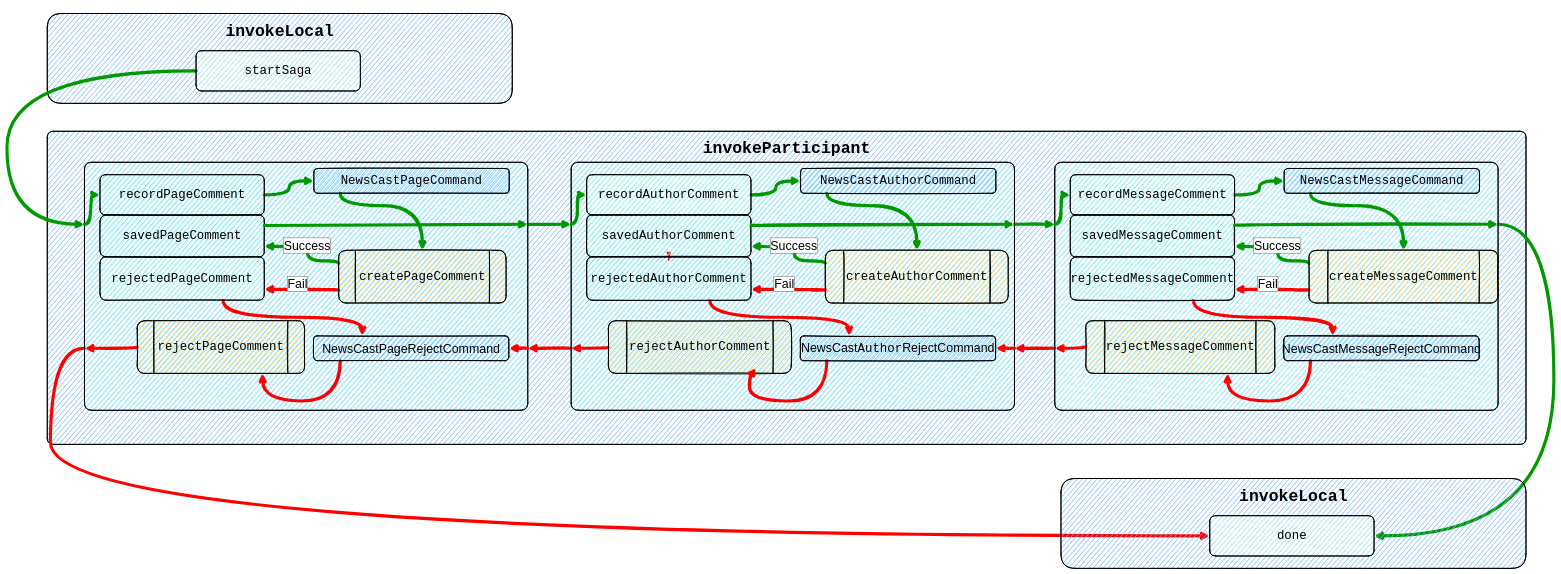
Before: docs/draw.io/articles.newscast.orchestration.drawio in jesperancinha/news-cast-explorer, a draw.io diagram. Source tidied: cells renumbered, new cells numbered last; positions are measured from the earlier drawing's top-left corner, leaving out a move shared by most shapes. Both pictures are drawn from the tidied source at 31%, with x=0, y=0 at pixel (7, 13).
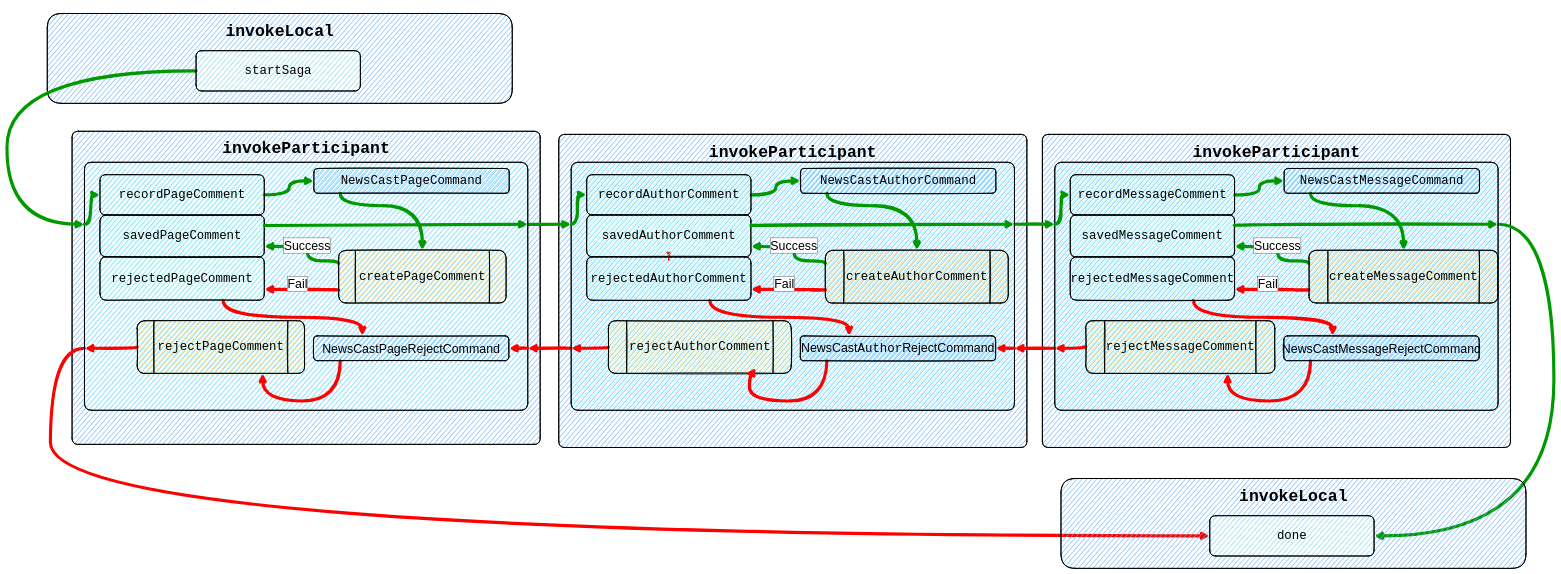
The same page after the edit.

The edit, as a diff of the source:
```diff
@@
+    <mxCell id="74" value="&lt;pre style=&quot;font-family: &amp;quot;jetbrains mono&amp;quot;, monospace; font-size: 53px;&quot;&gt;invokeParticipant&lt;/pre&gt;" style="rounded=1;whiteSpace=wrap;html=1;shadow=0;glass=0;labelBackgroundColor=none;sketch=1;fillWeight=-1;hachureAngle=-41;jiggle=0;curveFitting=0.95;simplification=0;fontSize=53;fontColor=default;strokeColor=#000000;strokeWidth=3;fillColor=#66B2FF;gradientColor=none;gradientDirection=south;align=center;verticalAlign=top;arcSize=2;spacingBottom=0;spacingTop=-33;fontStyle=1;" parent="1" vertex="1">
+      <mxGeometry x="1780" y="390" width="1510" height="1010" as="geometry" />
+    </mxCell>
+    <mxCell id="75" value="&lt;pre style=&quot;font-family: &amp;quot;jetbrains mono&amp;quot;, monospace; font-size: 53px;&quot;&gt;invokeParticipant&lt;/pre&gt;" style="rounded=1;whiteSpace=wrap;html=1;shadow=0;glass=0;labelBackgroundColor=none;sketch=1;fillWeight=-1;hachureAngle=-41;jiggle=0;curveFitting=0.95;simplification=0;fontSize=53;fontColor=default;strokeColor=#000000;strokeWidth=3;fillColor=#66B2FF;gradientColor=none;gradientDirection=south;align=center;verticalAlign=top;arcSize=2;spacingBottom=0;spacingTop=-33;fontStyle=1;" parent="1" vertex="1">
+      <mxGeometry x="3340" y="390" width="1510" height="1010" as="geometry" />
+    </mxCell>
     <mxCell id="2" value="&lt;pre style=&quot;font-family: &amp;quot;jetbrains mono&amp;quot;, monospace; font-size: 53px;&quot;&gt;invokeParticipant&lt;/pre&gt;" style="rounded=1;whiteSpace=wrap;html=1;shadow=0;glass=0;labelBackgroundColor=none;sketch=1;fillWeight=-1;hachureAngle=-41;jiggle=0;curveFitting=0.95;simplification=0;fontSize=53;fontColor=default;strokeColor=#000000;strokeWidth=3;fillColor=#66B2FF;gradientColor=none;gradientDirection=south;align=center;verticalAlign=top;arcSize=2;spacingBottom=0;spacingTop=-33;fontStyle=1;" parent="1" vertex="1">
-      <mxGeometry x="130" y="380" width="4770" height="1010" as="geometry" />
+      <mxGeometry x="210" y="380" width="1510" height="1010" as="geometry" />
     </mxCell>
```
